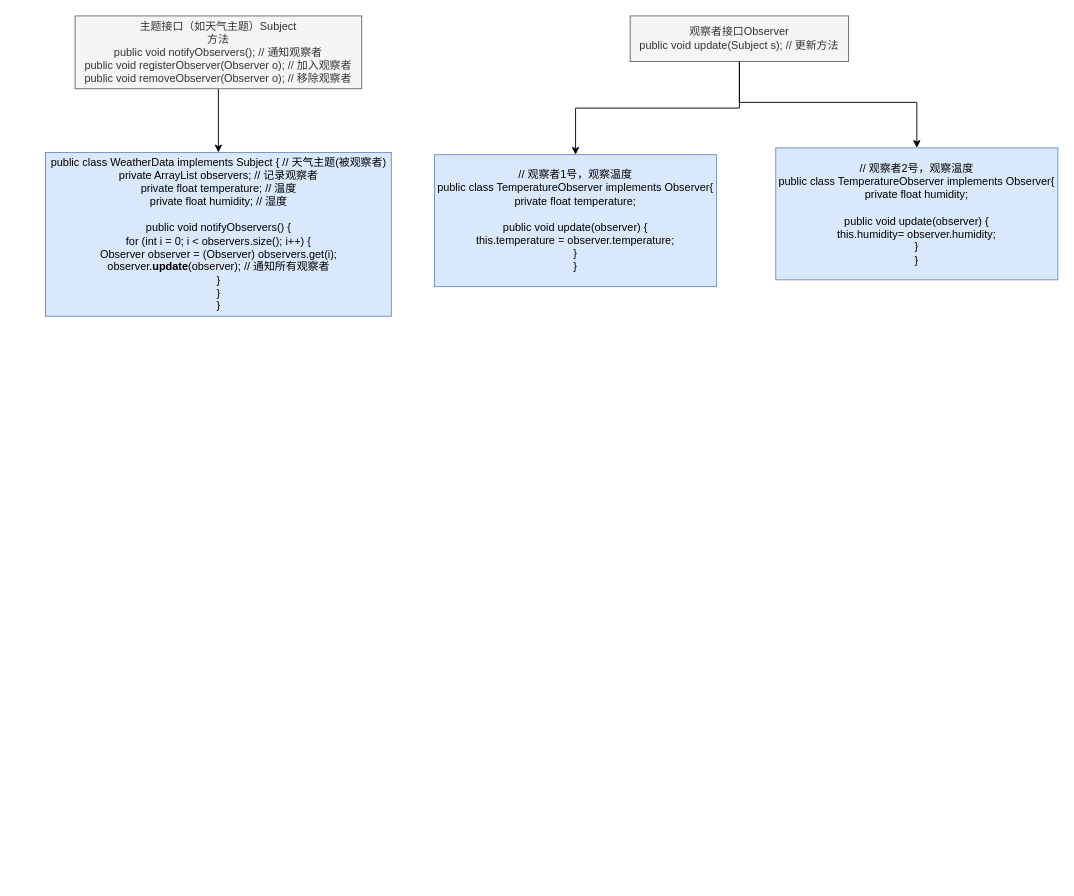
pfc512/WeChat keeps this draw.io diagram as page "第 1 页" (1 of 2) of 设计模式.drawio. Above is the earlier version. Source tidied: cells renumbered, new cells numbered last; positions are measured from the earlier drawing's top-left corner, leaving out a move shared by most shapes. Both pictures are drawn from the tidied source at 91%, with x=0, y=0 at pixel (45, 15).
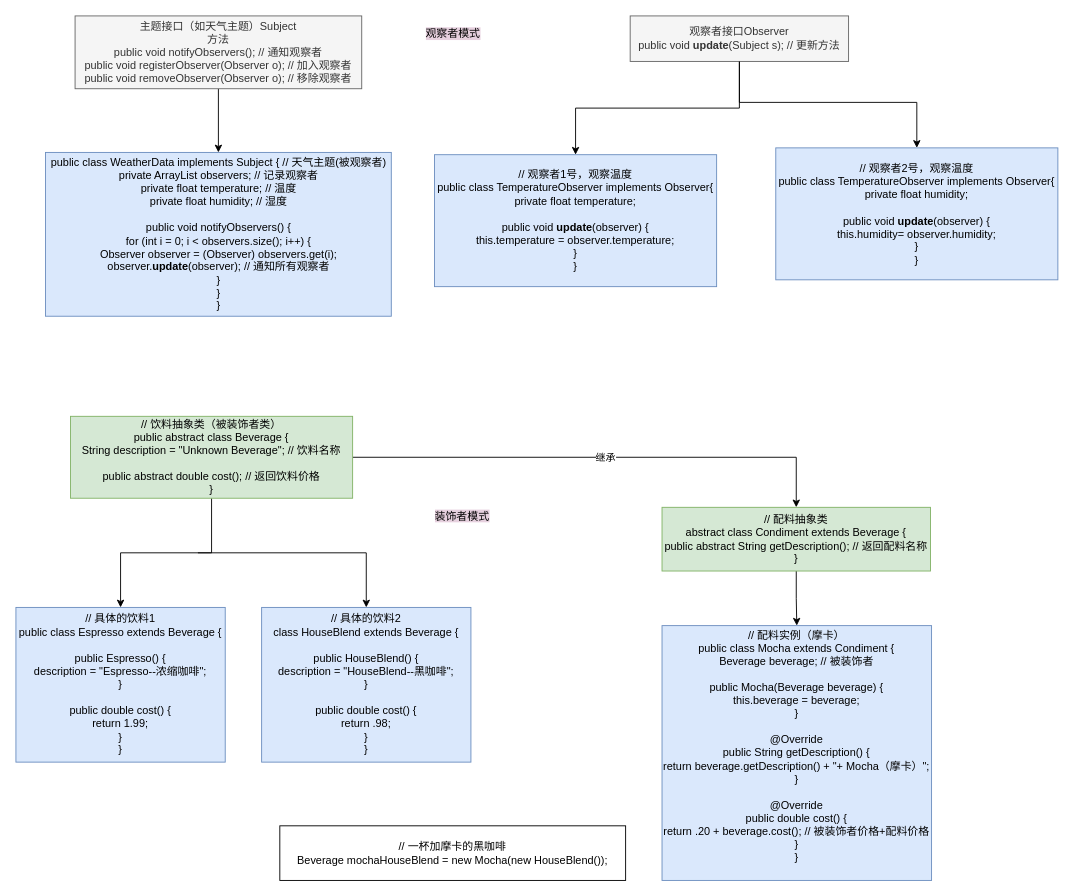
After the change.

Commit message:
更新设计模式.drawio

Diff of the diagram source:
```diff
@@
-    <mxCell id="6" value="&lt;div&gt;观察者接口Observer&lt;/div&gt;&lt;div&gt;&lt;span&gt; &lt;/span&gt;public void update(Subject s); // 更新方法&lt;/div&gt;" style="whiteSpace=wrap;html=1;fillColor=#f5f5f5;strokeColor=#666666;fontColor=#333333;" parent="1" vertex="1">
+    <mxCell id="6" value="&lt;div&gt;观察者接口Observer&lt;/div&gt;&lt;div&gt;&lt;span&gt; &lt;/span&gt;public void &lt;b&gt;update&lt;/b&gt;(Subject s); // 更新方法&lt;/div&gt;" style="whiteSpace=wrap;html=1;fillColor=#f5f5f5;strokeColor=#666666;fontColor=#333333;" parent="1" vertex="1">
       <mxGeometry x="643" width="240" height="50" as="geometry" />
     </mxCell>
-    <mxCell id="7" value="// 观察者1号，观察温度&lt;br&gt;public class TemperatureObserver&amp;nbsp;implements Observer{&lt;br&gt;&lt;div&gt;private float temperature;&lt;br&gt;&lt;/div&gt;&lt;div&gt;&lt;br&gt;&lt;/div&gt;&lt;div&gt;&lt;span&gt; &lt;/span&gt;public void update(observer&lt;span&gt;) {&lt;/span&gt;&lt;/div&gt;&lt;div&gt;&lt;/div&gt;this.temperature = observer.temperature;&lt;br&gt;&lt;div&gt;&lt;span&gt; &lt;/span&gt;}&lt;/div&gt;}" style="whiteSpace=wrap;html=1;strokeColor=#6c8ebf;fillColor=#dae8fc;" parent="1" vertex="1">
+    <mxCell id="7" value="// 观察者1号，观察温度&lt;br&gt;public class TemperatureObserver&amp;nbsp;implements Observer{&lt;br&gt;&lt;div&gt;private float temperature;&lt;br&gt;&lt;/div&gt;&lt;div&gt;&lt;br&gt;&lt;/div&gt;&lt;div&gt;&lt;span&gt; &lt;/span&gt;public void &lt;b&gt;update&lt;/b&gt;(observer&lt;span&gt;) {&lt;/span&gt;&lt;/div&gt;&lt;div&gt;&lt;/div&gt;this.temperature = observer.temperature;&lt;br&gt;&lt;div&gt;&lt;span&gt; &lt;/span&gt;}&lt;/div&gt;}" style="whiteSpace=wrap;html=1;strokeColor=#6c8ebf;fillColor=#dae8fc;" parent="1" vertex="1">
       <mxGeometry x="428" y="152.5" width="310" height="145" as="geometry" />
     </mxCell>
@@
-    <mxCell id="9" value="// 观察者2号，观察温度&lt;br&gt;public class TemperatureObserver&amp;nbsp;implements Observer{&lt;br&gt;&lt;div&gt;private float humidity;&lt;br&gt;&lt;/div&gt;&lt;div&gt;&lt;br&gt;&lt;/div&gt;&lt;div&gt;&lt;span&gt; &lt;/span&gt;public void update(observer&lt;span&gt;) {&lt;/span&gt;&lt;/div&gt;&lt;div&gt;&lt;/div&gt;this.humidity= observer.humidity;&lt;br&gt;&lt;div&gt;&lt;span&gt; &lt;/span&gt;}&lt;/div&gt;}" style="whiteSpace=wrap;html=1;strokeColor=#6c8ebf;fillColor=#dae8fc;" parent="1" vertex="1">
+    <mxCell id="9" value="// 观察者2号，观察温度&lt;br&gt;public class TemperatureObserver&amp;nbsp;implements Observer{&lt;br&gt;&lt;div&gt;private float humidity;&lt;br&gt;&lt;/div&gt;&lt;div&gt;&lt;br&gt;&lt;/div&gt;&lt;div&gt;&lt;span&gt; &lt;/span&gt;public void &lt;b&gt;update&lt;/b&gt;(observer&lt;span&gt;) {&lt;/span&gt;&lt;/div&gt;&lt;div&gt;&lt;/div&gt;this.humidity= observer.humidity;&lt;br&gt;&lt;div&gt;&lt;span&gt; &lt;/span&gt;}&lt;/div&gt;}" style="whiteSpace=wrap;html=1;strokeColor=#6c8ebf;fillColor=#dae8fc;" parent="1" vertex="1">
       <mxGeometry x="803" y="145" width="310" height="145" as="geometry" />
     </mxCell>
+    <mxCell id="10" value="&lt;span style=&quot;background-color: rgb(230 , 208 , 222)&quot;&gt;观察者模式&lt;/span&gt;" style="text;html=1;align=center;verticalAlign=middle;rotation=0;" parent="1" vertex="1">
+      <mxGeometry x="408" y="10" width="80" height="20" as="geometry" />
+    </mxCell>
+    <mxCell id="11" style="edgeStyle=orthogonalEdgeStyle;rounded=0;jettySize=auto;html=1;" parent="1" edge="1" source="14" target="16">
+      <mxGeometry relative="1" as="geometry" />
+    </mxCell>
+    <mxCell id="12" value="继承" style="edgeLabel;html=1;align=center;verticalAlign=middle;" parent="11" vertex="1">
+      <mxGeometry x="0.02" y="4" relative="1" as="geometry">
+        <mxPoint y="4" as="offset" />
+      </mxGeometry>
+    </mxCell>
+    <mxCell id="13" style="edgeStyle=orthogonalEdgeStyle;rounded=0;jettySize=auto;html=1;" parent="1" edge="1" source="14" target="17">
+      <mxGeometry relative="1" as="geometry" />
+    </mxCell>
+    <mxCell id="14" value="&lt;div&gt;// 饮料抽象类（被装饰者类）&lt;/div&gt;&lt;div&gt;public abstract class Beverage {&lt;/div&gt;&lt;div&gt;&lt;span&gt; &lt;/span&gt;String description = &quot;Unknown Beverage&quot;; // 饮料名称&lt;/div&gt;&lt;div&gt;&lt;br&gt;&lt;/div&gt;&lt;div&gt;&lt;span&gt; &lt;/span&gt;public abstract double cost(); // 返回饮料价格&lt;/div&gt;&lt;div&gt;}&lt;/div&gt;" style="whiteSpace=wrap;html=1;fillColor=#d5e8d4;strokeColor=#82b366;" parent="1" vertex="1">
+      <mxGeometry x="28" y="440" width="310" height="90" as="geometry" />
+    </mxCell>
+    <mxCell id="15" style="edgeStyle=orthogonalEdgeStyle;rounded=0;jettySize=auto;html=1;" parent="1" edge="1" source="16" target="20">
+      <mxGeometry relative="1" as="geometry" />
+    </mxCell>
+    <mxCell id="16" value="// 配料抽象类&lt;br&gt;abstract class Condiment extends Beverage {&lt;div&gt;&lt;span&gt;public abstract String getDescription(); // 返回配料名称&lt;/span&gt;&lt;br&gt;&lt;/div&gt;&lt;div&gt;}&lt;/div&gt;" style="whiteSpace=wrap;html=1;strokeColor=#82b366;fillColor=#d5e8d4;" parent="1" vertex="1">
+      <mxGeometry x="678" y="540" width="295" height="70" as="geometry" />
+    </mxCell>
+    <mxCell id="17" value="&lt;div&gt;// 具体的饮料1&lt;/div&gt;&lt;div&gt;public class Espresso extends Beverage {&lt;/div&gt;&lt;div&gt;&lt;br&gt;&lt;/div&gt;&lt;div&gt;&lt;span&gt; &lt;/span&gt;public Espresso() {&lt;/div&gt;&lt;div&gt;&lt;span&gt;  &lt;/span&gt;description = &quot;Espresso--浓缩咖啡&quot;;&lt;/div&gt;&lt;div&gt;&lt;span&gt; &lt;/span&gt;}&lt;/div&gt;&lt;div&gt;&lt;br&gt;&lt;/div&gt;&lt;div&gt;&lt;span&gt; &lt;/span&gt;public double cost() {&lt;/div&gt;&lt;div&gt;&lt;span&gt;  &lt;/span&gt;return 1.99;&lt;/div&gt;&lt;div&gt;&lt;span&gt; &lt;/span&gt;}&lt;/div&gt;&lt;div&gt;}&lt;/div&gt;" style="whiteSpace=wrap;html=1;strokeColor=#6c8ebf;fillColor=#dae8fc;" parent="1" vertex="1">
+      <mxGeometry x="-32" y="650" width="230" height="170" as="geometry" />
+    </mxCell>
+    <mxCell id="18" style="edgeStyle=orthogonalEdgeStyle;rounded=0;jettySize=auto;html=1;" parent="1" edge="1" target="19">
+      <mxGeometry relative="1" as="geometry">
+        <mxPoint x="168" y="590" as="sourcePoint" />
+        <Array as="points">
+          <mxPoint x="353" y="590" />
+        </Array>
+      </mxGeometry>
+    </mxCell>
+    <mxCell id="19" value="&lt;div&gt;// 具体的饮料2&lt;/div&gt;&lt;div&gt;class HouseBlend extends Beverage {&lt;/div&gt;&lt;div&gt;&lt;br&gt;&lt;/div&gt;&lt;div&gt;&lt;span&gt; &lt;/span&gt;public HouseBlend() {&lt;/div&gt;&lt;div&gt;&lt;span&gt;  &lt;/span&gt;description = &quot;HouseBlend--黑咖啡&quot;;&lt;/div&gt;&lt;div&gt;&lt;span&gt; &lt;/span&gt;}&lt;/div&gt;&lt;div&gt;&lt;br&gt;&lt;/div&gt;&lt;div&gt;&lt;span&gt; &lt;/span&gt;public double cost() {&lt;/div&gt;&lt;div&gt;&lt;span&gt;  &lt;/span&gt;return .98;&lt;/div&gt;&lt;div&gt;&lt;span&gt; &lt;/span&gt;}&lt;/div&gt;&lt;div&gt;}&lt;/div&gt;" style="whiteSpace=wrap;html=1;strokeColor=#6c8ebf;fillColor=#dae8fc;" parent="1" vertex="1">
+      <mxGeometry x="238" y="650" width="230" height="170" as="geometry" />
+    </mxCell>
+    <mxCell id="20" value="&lt;div&gt;// 配料实例（摩卡）&lt;/div&gt;&lt;div&gt;public class Mocha extends Condiment {&lt;/div&gt;&lt;div&gt;&lt;span&gt; &lt;/span&gt;Beverage beverage; // 被装饰者&lt;/div&gt;&lt;div&gt;&lt;br&gt;&lt;/div&gt;&lt;div&gt;&lt;span&gt; &lt;/span&gt;public Mocha(Beverage beverage) {&lt;/div&gt;&lt;div&gt;&lt;span&gt;  &lt;/span&gt;this.beverage = beverage;&lt;/div&gt;&lt;div&gt;&lt;span&gt; &lt;/span&gt;}&lt;/div&gt;&lt;div&gt;&lt;br&gt;&lt;/div&gt;&lt;div&gt;&lt;span&gt; &lt;/span&gt;@Override&lt;/div&gt;&lt;div&gt;&lt;span&gt; &lt;/span&gt;public String getDescription() {&lt;/div&gt;&lt;div&gt;&lt;span&gt;  &lt;/span&gt;return beverage.getDescription() + &quot;+ Mocha（摩卡）&quot;;&lt;/div&gt;&lt;div&gt;&lt;span&gt; &lt;/span&gt;}&lt;/div&gt;&lt;div&gt;&lt;br&gt;&lt;/div&gt;&lt;div&gt;&lt;span&gt; &lt;/span&gt;@Override&lt;/div&gt;&lt;div&gt;&lt;span&gt; &lt;/span&gt;public double cost() {&lt;/div&gt;&lt;div&gt;&lt;span&gt;  &lt;/span&gt;return .20 + beverage.cost(); // 被装饰者价格+配料价格&lt;/div&gt;&lt;div&gt;&lt;span&gt; &lt;/span&gt;}&lt;/div&gt;&lt;div&gt;}&lt;/div&gt;&lt;div&gt;&lt;br&gt;&lt;/div&gt;" style="whiteSpace=wrap;html=1;strokeColor=#6c8ebf;fillColor=#dae8fc;" parent="1" vertex="1">
+      <mxGeometry x="678" y="670" width="296.2" height="280" as="geometry" />
+    </mxCell>
+    <mxCell id="21" value="// 一杯加摩卡的黑咖啡&lt;br&gt;Beverage mochaHouseBlend = new Mocha(new HouseBlend());&lt;br&gt;" style="whiteSpace=wrap;html=1;" parent="1" vertex="1">
+      <mxGeometry x="258" y="890" width="380" height="60" as="geometry" />
+    </mxCell>
+    <mxCell id="22" value="&lt;span style=&quot;background-color: rgb(230 , 208 , 222)&quot;&gt;装饰者模式&lt;/span&gt;" style="text;html=1;align=center;verticalAlign=middle;" parent="1" vertex="1">
+      <mxGeometry x="418" y="540" width="80" height="20" as="geometry" />
+    </mxCell>
```
